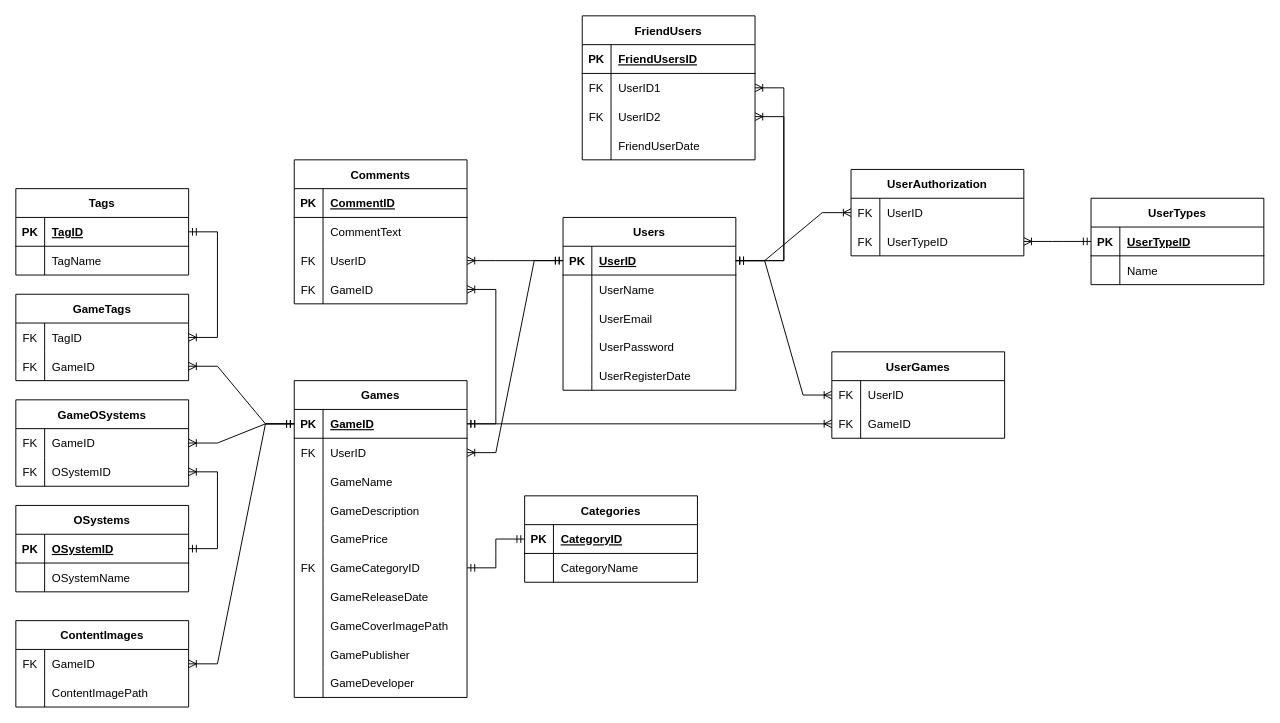
Earlier version of the draw.io diagram GameStoreDB.drawio (EmirLogas/GameStore). Source tidied: cells renumbered, new cells numbered last; positions are measured from the earlier drawing's top-left corner, leaving out a move shared by most shapes. Both pictures are drawn from the tidied source at 96%, with x=0, y=0 at pixel (15, 15).
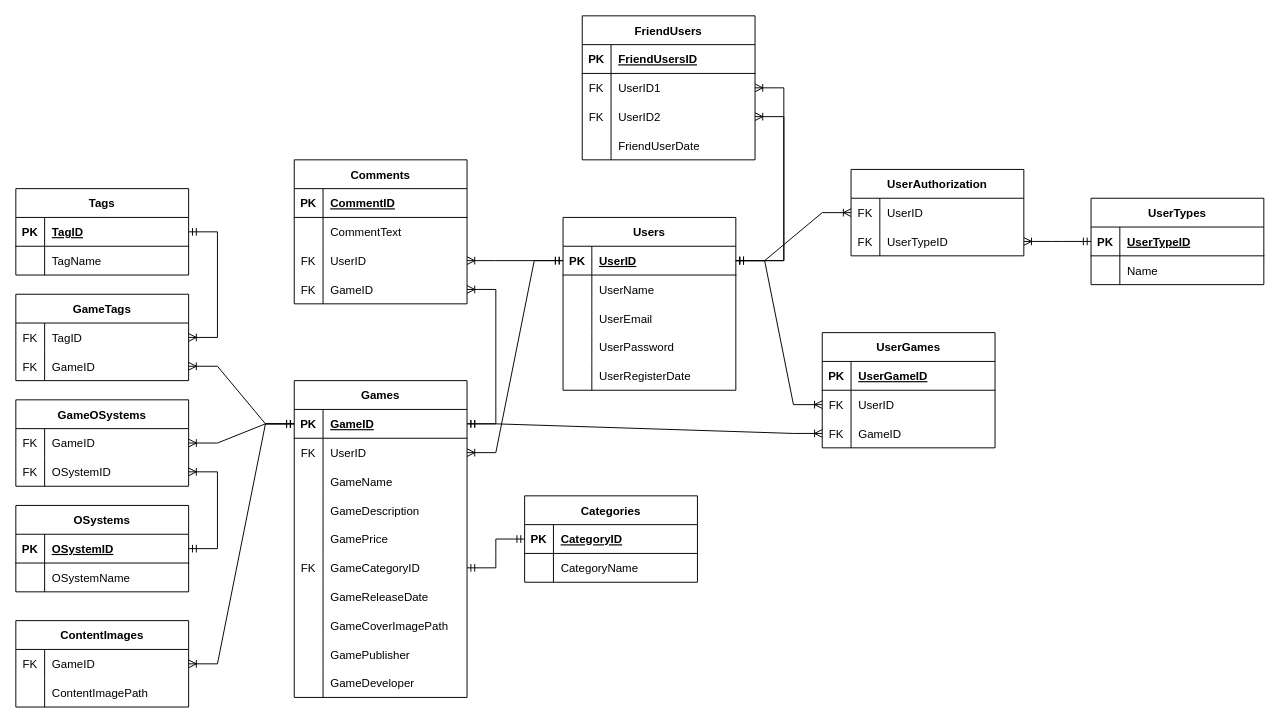
The same page after the edit.

Commit message (it also covers changes not shown here):
You can buy game, you can list your library, sql and drawio update

The change refers to these unchanged cells:
```xml
<mxCell id="10" style="shape=tableRow;horizontal=0;startSize=0;swimlaneHead=0;swimlaneBody=0;fillColor=none;points=[[0,0.5],[1,0.5]];portConstraint=eastwest;top=0;left=0;right=0;bottom=1;" parent="9" vertex="1">
  <mxGeometry y="30" width="180" height="30" as="geometry" />
</mxCell>
<mxCell id="41" style="shape=tableRow;horizontal=0;startSize=0;swimlaneHead=0;swimlaneBody=0;fillColor=none;points=[[0,0.5],[1,0.5]];portConstraint=eastwest;top=0;left=0;right=0;bottom=1;" parent="40" vertex="1">
  <mxGeometry y="30" width="180" height="30" as="geometry" />
</mxCell>
```

Change to the diagram source:
```diff
@@
-    <mxCell id="72" value="UserGames" style="shape=table;startSize=30;childLayout=tableLayout;rowLines=0;fontStyle=1;align=center;" parent="1" vertex="1">
-      <mxGeometry x="850" y="350" width="180" height="90" as="geometry" />
-    </mxCell>
-    <mxCell id="73" style="shape=tableRow;horizontal=0;startSize=0;swimlaneHead=0;swimlaneBody=0;fillColor=none;points=[[0,0.5],[1,0.5]];portConstraint=eastwest;top=0;left=0;right=0;bottom=0;" parent="72" vertex="1">
-      <mxGeometry y="30" width="180" height="30" as="geometry" />
-    </mxCell>
-    <mxCell id="74" value="FK" style="shape=partialRectangle;fillColor=none;top=0;left=0;bottom=0;right=0;overflow=hidden;" parent="73" vertex="1">
-      <mxGeometry width="30" height="30" as="geometry" />
-    </mxCell>
-    <mxCell id="75" value="UserID" style="shape=partialRectangle;fillColor=none;top=0;left=0;bottom=0;right=0;align=left;spacingLeft=6;overflow=hidden;" parent="73" vertex="1">
-      <mxGeometry x="30" width="150" height="30" as="geometry" />
-    </mxCell>
-    <mxCell id="76" style="shape=tableRow;horizontal=0;startSize=0;swimlaneHead=0;swimlaneBody=0;fillColor=none;points=[[0,0.5],[1,0.5]];portConstraint=eastwest;top=0;left=0;right=0;bottom=0;" parent="72" vertex="1">
-      <mxGeometry y="60" width="180" height="30" as="geometry" />
-    </mxCell>
-    <mxCell id="77" value="FK" style="shape=partialRectangle;fillColor=none;top=0;left=0;bottom=0;right=0;overflow=hidden;" parent="76" vertex="1">
-      <mxGeometry width="30" height="30" as="geometry" />
-    </mxCell>
-    <mxCell id="78" value="GameID" style="shape=partialRectangle;fillColor=none;top=0;left=0;bottom=0;right=0;align=left;spacingLeft=6;overflow=hidden;" parent="76" vertex="1">
-      <mxGeometry x="30" width="150" height="30" as="geometry" />
-    </mxCell>
-    <mxCell id="79" style="edgeStyle=entityRelationEdgeStyle;fontSize=12;html=1;endArrow=ERoneToMany;startArrow=ERmandOne;rounded=0;" parent="1" edge="1" source="41" target="73">
+    <mxCell id="79" style="edgeStyle=entityRelationEdgeStyle;fontSize=12;html=1;endArrow=ERoneToMany;startArrow=ERmandOne;rounded=0;" parent="1" edge="1" source="41" target="76">
       <mxGeometry relative="1" as="geometry" />
     </mxCell>
-    <mxCell id="80" style="edgeStyle=entityRelationEdgeStyle;fontSize=12;html=1;endArrow=ERoneToMany;startArrow=ERmandOne;rounded=0;" parent="1" edge="1" source="10" target="76">
+    <mxCell id="80" style="edgeStyle=entityRelationEdgeStyle;fontSize=12;html=1;endArrow=ERoneToMany;startArrow=ERmandOne;rounded=0;" parent="1" edge="1" source="10" target="157">
       <mxGeometry relative="1" as="geometry" />
     </mxCell>
@@
+    <mxCell id="72" value="UserGames" style="shape=table;startSize=30;childLayout=tableLayout;rowLines=0;fontStyle=1;align=center;" parent="1" vertex="1">
+      <mxGeometry x="840" y="330" width="180" height="120" as="geometry" />
+    </mxCell>
+    <mxCell id="153" style="shape=tableRow;horizontal=0;startSize=0;swimlaneHead=0;swimlaneBody=0;fillColor=none;top=0;left=0;right=0;bottom=1;" parent="72" vertex="1">
+      <mxGeometry y="30" width="180" height="30" as="geometry" />
+    </mxCell>
+    <mxCell id="154" value="PK" style="shape=partialRectangle;fillColor=none;top=0;left=0;bottom=0;right=0;fontStyle=1;overflow=hidden;" parent="153" vertex="1">
+      <mxGeometry width="30" height="30" as="geometry" />
+    </mxCell>
+    <mxCell id="155" value="UserGameID" style="shape=partialRectangle;fillColor=none;top=0;left=0;bottom=0;right=0;align=left;spacingLeft=6;fontStyle=5;overflow=hidden;" parent="153" vertex="1">
+      <mxGeometry x="30" width="150" height="30" as="geometry" />
+    </mxCell>
+    <mxCell id="76" style="shape=tableRow;horizontal=0;startSize=0;swimlaneHead=0;swimlaneBody=0;fillColor=none;points=[[0,0.5],[1,0.5]];portConstraint=eastwest;top=0;left=0;right=0;bottom=0;" parent="72" vertex="1">
+      <mxGeometry y="60" width="180" height="30" as="geometry" />
+    </mxCell>
+    <mxCell id="156" value="FK" style="shape=partialRectangle;fillColor=none;top=0;left=0;bottom=0;right=0;overflow=hidden;" parent="76" vertex="1">
+      <mxGeometry width="30" height="30" as="geometry" />
+    </mxCell>
+    <mxCell id="75" value="UserID" style="shape=partialRectangle;fillColor=none;top=0;left=0;bottom=0;right=0;align=left;spacingLeft=6;overflow=hidden;" parent="76" vertex="1">
+      <mxGeometry x="30" width="150" height="30" as="geometry" />
+    </mxCell>
+    <mxCell id="157" style="shape=tableRow;horizontal=0;startSize=0;swimlaneHead=0;swimlaneBody=0;fillColor=none;points=[[0,0.5],[1,0.5]];portConstraint=eastwest;top=0;left=0;right=0;bottom=0;" parent="72" vertex="1">
+      <mxGeometry y="90" width="180" height="30" as="geometry" />
+    </mxCell>
+    <mxCell id="158" value="FK" style="shape=partialRectangle;fillColor=none;top=0;left=0;bottom=0;right=0;overflow=hidden;" parent="157" vertex="1">
+      <mxGeometry width="30" height="30" as="geometry" />
+    </mxCell>
+    <mxCell id="78" value="GameID" style="shape=partialRectangle;fillColor=none;top=0;left=0;bottom=0;right=0;align=left;spacingLeft=6;overflow=hidden;" parent="157" vertex="1">
+      <mxGeometry x="30" width="150" height="30" as="geometry" />
+    </mxCell>
```
